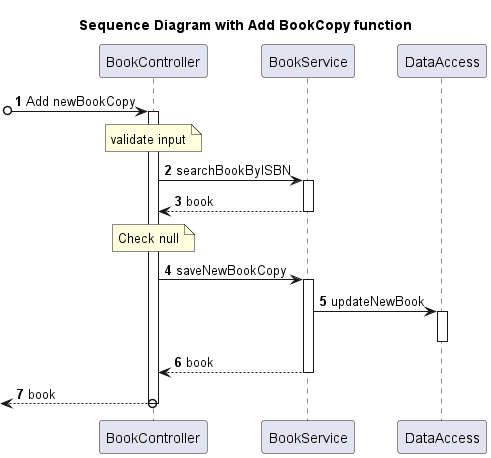
Before: mpp-cs401/src/midterm/diagram/Sequence_Diagram_with_Add_BookCopy_function.png, a diagram exported from PlantUML (anhvu2889/miu-cs401-mpp).
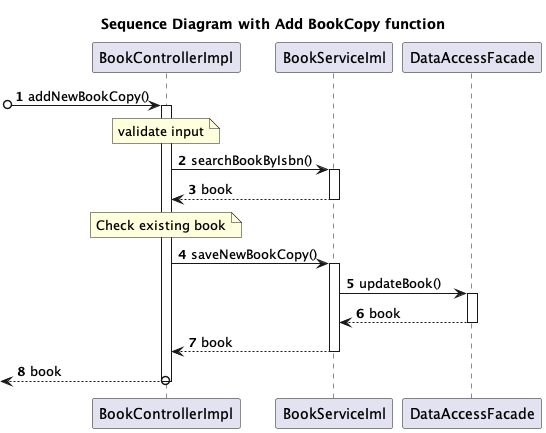
After the change.

Commit message:
Add slide Fix sequence diagrams

Change to the diagram source:
```diff
@@ -4,19 +4,20 @@
 
 autonumber
 
-participant "BookController" as bc
-participant "BookService" as bs
-participant "DataAccess" as da
+participant "BookControllerImpl" as bc
+participant "BookServiceIml" as bs
+participant "DataAccessFacade" as da
 
-[o-> bc++: Add newBookCopy
+[o-> bc++: addNewBookCopy()
 note over bc: validate input
-bc -> bs++: searchBookByISBN
+bc -> bs++: searchBookByIsbn()
 return book
 
-note over bc: Check null
-bc -> bs++: saveNewBookCopy
-bs -> da++: updateNewBook
-deactivate da
+note over bc: Check existing book
+bc -> bs++: saveNewBookCopy()
+bs -> da++: updateBook()
+return book
+
 return book
 
 return book
```
